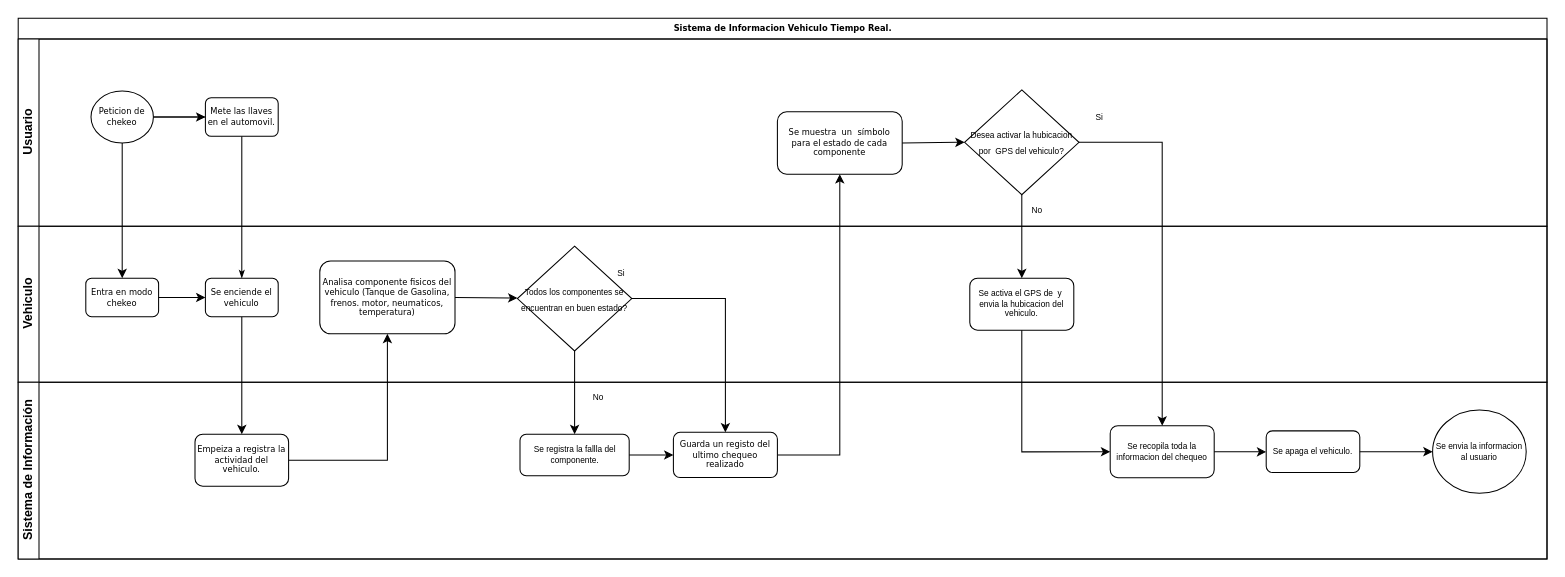
GonzaloVillon/Grupo_E_Heroku keeps this draw.io diagram as Diagrama sin título.drawio. Above is the earlier version. Source tidied: cells renumbered, new cells numbered last; positions are measured from the earlier drawing's top-left corner, leaving out a move shared by most shapes. Both pictures are drawn from the tidied source at 104%, with x=0, y=0 at pixel (18, 18).
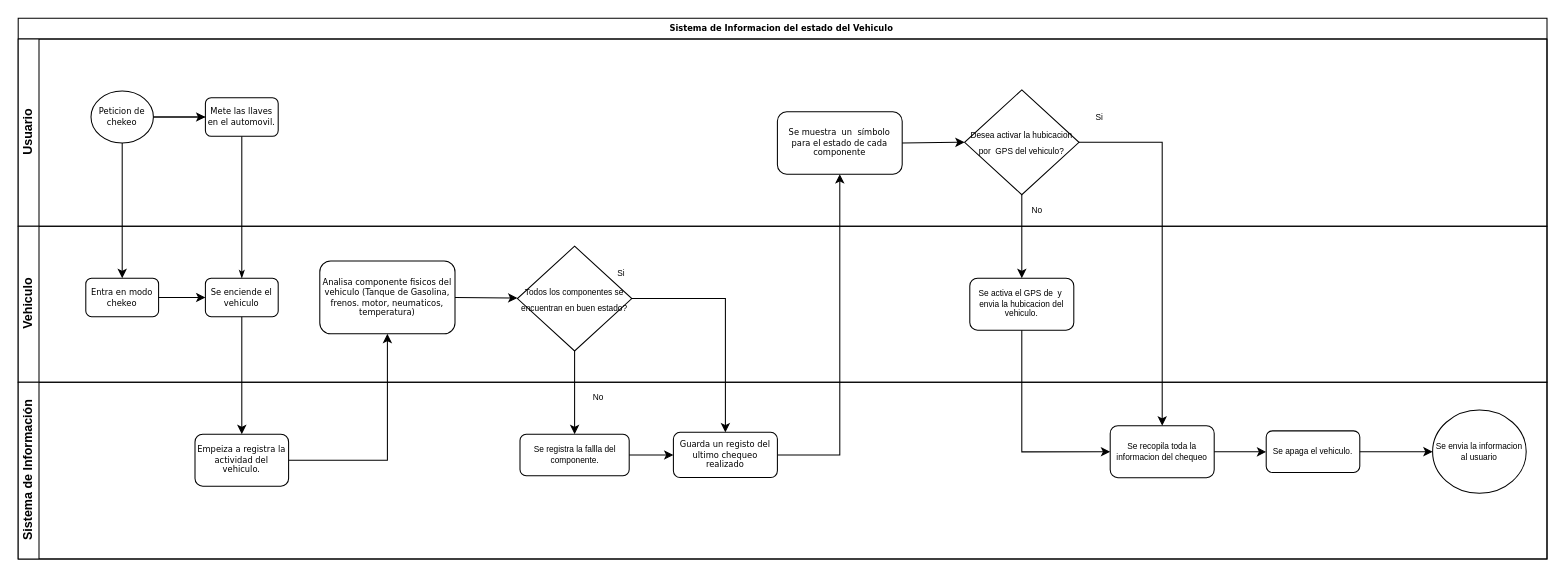
After the change.

Diff of the diagram source:
```diff
@@
-    <mxCell id="2" value="Sistema de Informacion Vehiculo Tiempo Real." style="swimlane;html=1;horizontal=1;startSize=20;rounded=0;shadow=0;labelBackgroundColor=none;strokeWidth=1;fontFamily=Verdana;fontSize=8;align=center;" parent="1" vertex="1">
+    <mxCell id="2" value="Sistema de Informacion del estado del Vehiculo&amp;nbsp;" style="swimlane;html=1;horizontal=1;startSize=20;rounded=0;shadow=0;labelBackgroundColor=none;strokeWidth=1;fontFamily=Verdana;fontSize=8;align=center;" parent="1" vertex="1">
       <mxGeometry width="1470" height="520" as="geometry" />
     </mxCell>
```
